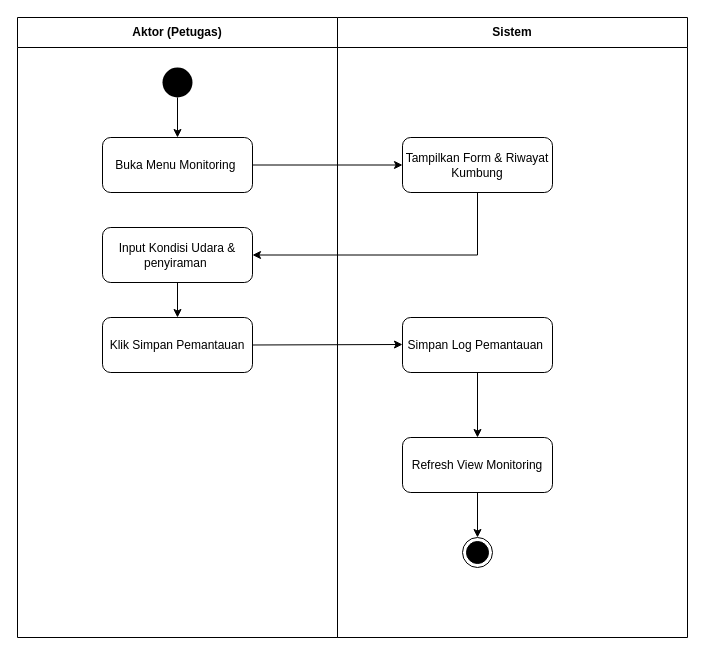
Before: page "Petugas: Monitoring Kumbung" (5 of 16) of activity_diagram_lengkap.drawio in DaraAnggunJelita/jamur_tiram, a draw.io diagram. Source tidied: cells renumbered, new cells numbered last; positions are measured from the earlier drawing's top-left corner, leaving out a move shared by most shapes. Both pictures are drawn from the tidied source at 100%, with x=0, y=0 at pixel (17, 17).
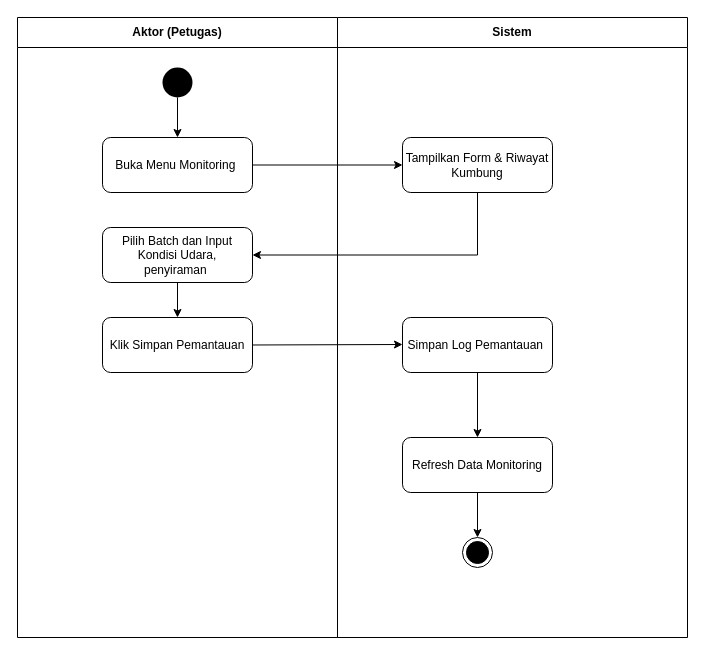
Above is the later version.

Unchanged cells that the change refers to:
```xml
<mxCell id="3" value="Sistem" style="swimlane;whiteSpace=wrap;html=1;startSize=30;" parent="1" vertex="1">
  <mxGeometry x="320" width="350" height="620" as="geometry" />
</mxCell>
```

The edit, as a diff of the source:
```diff
@@
-    <mxCell id="5" value="Refresh View Monitoring" style="rounded=1;whiteSpace=wrap;html=1;" parent="3" vertex="1">
+    <mxCell id="5" value="Refresh Data Monitoring" style="rounded=1;whiteSpace=wrap;html=1;" parent="3" vertex="1">
       <mxGeometry x="65" y="420" width="150" height="55" as="geometry" />
     </mxCell>
@@
-    <mxCell id="12" value="Input Kondisi Udara &amp;amp; penyiraman&amp;nbsp;" style="rounded=1;whiteSpace=wrap;html=1;" parent="1" vertex="1">
+    <mxCell id="12" value="Pilih Batch dan Input Kondisi Udara, penyiraman&amp;nbsp;" style="rounded=1;whiteSpace=wrap;html=1;" parent="1" vertex="1">
       <mxGeometry x="85" y="210" width="150" height="55" as="geometry" />
     </mxCell>
```
